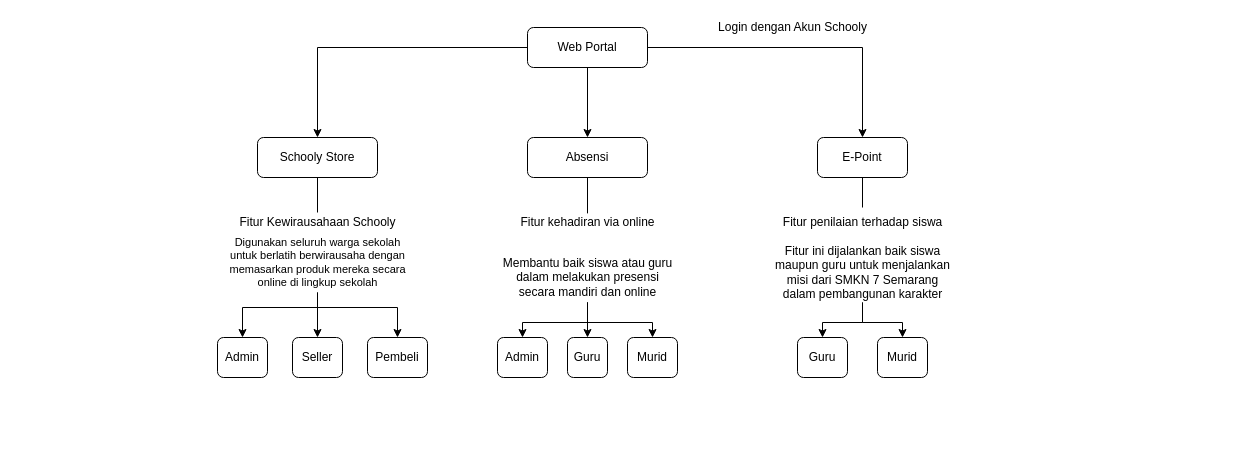
Earlier version of the draw.io diagram Diagram Alur Kerja.drawio (Bilnapis/chartschooly). Source tidied: cells renumbered, new cells numbered last; positions are measured from the earlier drawing's top-left corner, leaving out a move shared by most shapes. Both pictures are drawn from the tidied source at 100%, with x=0, y=0 at pixel (217, 17).
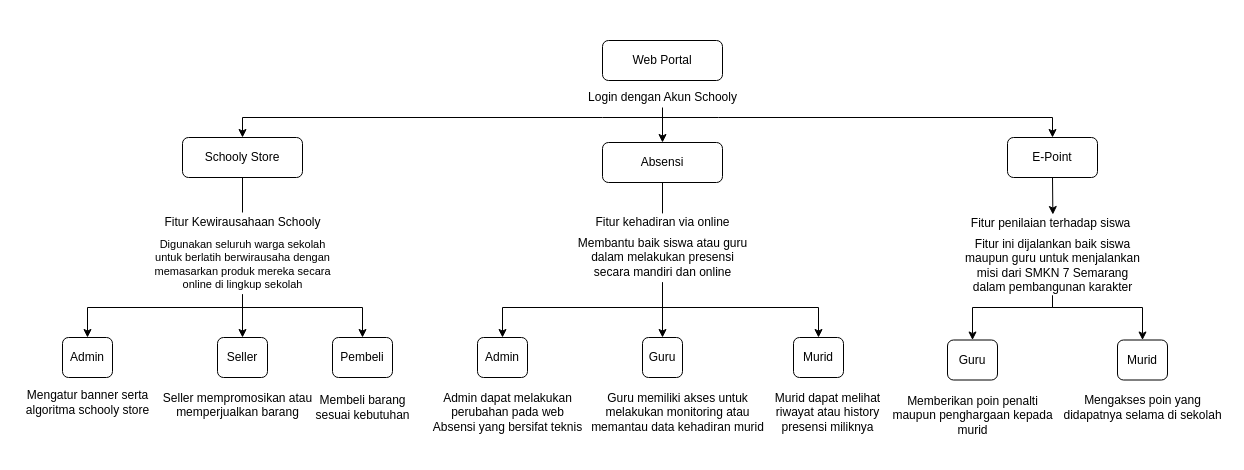
The same diagram, later.

Commit message:
Menambahkan keterangan Diagram Alur Kerja.drawio

Diff of the diagram source:
```diff
@@
-    <mxCell id="2" style="edgeStyle=orthogonalEdgeStyle;rounded=0;jettySize=auto;html=1;exitX=0.5;exitY=1;exitDx=0;exitDy=0;" parent="1" edge="1" source="5" target="8">
-      <mxGeometry relative="1" as="geometry" />
-    </mxCell>
-    <mxCell id="3" style="edgeStyle=orthogonalEdgeStyle;rounded=0;jettySize=auto;html=1;" parent="1" edge="1" source="5" target="7">
-      <mxGeometry relative="1" as="geometry" />
+    <mxCell id="3" style="edgeStyle=orthogonalEdgeStyle;rounded=0;jettySize=auto;html=1;entryX=0.5;entryY=0;entryDx=0;entryDy=0;" parent="1" edge="1" target="7">
+      <mxGeometry relative="1" as="geometry">
+        <mxPoint x="440" y="100" as="sourcePoint" />
+        <Array as="points">
+          <mxPoint x="501" y="100" />
+          <mxPoint x="835" y="100" />
+        </Array>
+      </mxGeometry>
     </mxCell>
-    <mxCell id="4" style="edgeStyle=orthogonalEdgeStyle;rounded=0;jettySize=auto;html=1;exitX=0;exitY=0.5;exitDx=0;exitDy=0;entryX=0.5;entryY=0;entryDx=0;entryDy=0;" parent="1" edge="1" source="5" target="6">
-      <mxGeometry relative="1" as="geometry" />
+    <mxCell id="4" style="edgeStyle=orthogonalEdgeStyle;rounded=0;jettySize=auto;html=1;entryX=0.5;entryY=0;entryDx=0;entryDy=0;" parent="1" edge="1" target="6">
+      <mxGeometry relative="1" as="geometry">
+        <mxPoint x="445" y="100" as="sourcePoint" />
+        <Array as="points">
+          <mxPoint x="385" y="100" />
+          <mxPoint x="25" y="100" />
+        </Array>
+      </mxGeometry>
     </mxCell>
     <mxCell id="5" value="Web Portal" style="rounded=1;whiteSpace=wrap;html=1;fontSize=12;glass=0;strokeWidth=1;shadow=0;" parent="1" vertex="1">
-      <mxGeometry x="310" y="10" width="120" height="40" as="geometry" />
+      <mxGeometry x="385" y="23" width="120" height="40" as="geometry" />
     </mxCell>
     <mxCell id="6" value="Schooly Store" style="rounded=1;whiteSpace=wrap;html=1;fontSize=12;glass=0;strokeWidth=1;shadow=0;" parent="1" vertex="1">
-      <mxGeometry x="40" y="120" width="120" height="40" as="geometry" />
+      <mxGeometry x="-35" y="120" width="120" height="40" as="geometry" />
     </mxCell>
+    <mxCell id="35" style="edgeStyle=orthogonalEdgeStyle;rounded=0;jettySize=auto;html=1;exitX=0.5;exitY=1;exitDx=0;exitDy=0;entryX=0.514;entryY=0.051;entryDx=0;entryDy=0;entryPerimeter=0;" parent="1" edge="1" source="7" target="20">
+      <mxGeometry relative="1" as="geometry" />
+    </mxCell>
     <mxCell id="7" value="E-Point" style="rounded=1;whiteSpace=wrap;html=1;fontSize=12;glass=0;strokeWidth=1;shadow=0;" parent="1" vertex="1">
-      <mxGeometry x="600" y="120" width="90" height="40" as="geometry" />
+      <mxGeometry x="790" y="120" width="90" height="40" as="geometry" />
     </mxCell>
     <mxCell id="8" value="Absensi" style="rounded=1;whiteSpace=wrap;html=1;fontSize=12;glass=0;strokeWidth=1;shadow=0;" parent="1" vertex="1">
-      <mxGeometry x="310" y="120" width="120" height="40" as="geometry" />
+      <mxGeometry x="385" y="125" width="120" height="40" as="geometry" />
     </mxCell>
     <mxCell id="9" value="Seller" style="rounded=1;whiteSpace=wrap;html=1;fontSize=12;glass=0;strokeWidth=1;shadow=0;" parent="1" vertex="1">
-      <mxGeometry x="75" y="320" width="50" height="40" as="geometry" />
+      <mxGeometry y="320" width="50" height="40" as="geometry" />
     </mxCell>
     <mxCell id="10" value="Pembeli" style="rounded=1;whiteSpace=wrap;html=1;fontSize=12;glass=0;strokeWidth=1;shadow=0;" parent="1" vertex="1">
-      <mxGeometry x="150" y="320" width="60" height="40" as="geometry" />
+      <mxGeometry x="115" y="320" width="60" height="40" as="geometry" />
     </mxCell>
     <mxCell id="11" value="Admin" style="rounded=1;whiteSpace=wrap;html=1;fontSize=12;glass=0;strokeWidth=1;shadow=0;" parent="1" vertex="1">
-      <mxGeometry y="320" width="50" height="40" as="geometry" />
+      <mxGeometry x="-155" y="320" width="50" height="40" as="geometry" />
     </mxCell>
     <mxCell id="12" value="Guru" style="rounded=1;whiteSpace=wrap;html=1;fontSize=12;glass=0;strokeWidth=1;shadow=0;" parent="1" vertex="1">
-      <mxGeometry x="350" y="320" width="40" height="40" as="geometry" />
+      <mxGeometry x="425" y="320" width="40" height="40" as="geometry" />
     </mxCell>
     <mxCell id="13" value="Admin" style="rounded=1;whiteSpace=wrap;html=1;fontSize=12;glass=0;strokeWidth=1;shadow=0;" parent="1" vertex="1">
-      <mxGeometry x="280" y="320" width="50" height="40" as="geometry" />
+      <mxGeometry x="260" y="320" width="50" height="40" as="geometry" />
     </mxCell>
     <mxCell id="14" value="Murid" style="rounded=1;whiteSpace=wrap;html=1;fontSize=12;glass=0;strokeWidth=1;shadow=0;" parent="1" vertex="1">
-      <mxGeometry x="410" y="320" width="50" height="40" as="geometry" />
+      <mxGeometry x="576" y="320" width="50" height="40" as="geometry" />
     </mxCell>
     <mxCell id="15" value="Guru" style="rounded=1;whiteSpace=wrap;html=1;fontSize=12;glass=0;strokeWidth=1;shadow=0;" parent="1" vertex="1">
-      <mxGeometry x="580" y="320" width="50" height="40" as="geometry" />
+      <mxGeometry x="730" y="322.5" width="50" height="40" as="geometry" />
     </mxCell>
     <mxCell id="16" value="Murid" style="rounded=1;whiteSpace=wrap;html=1;fontSize=12;glass=0;strokeWidth=1;shadow=0;" parent="1" vertex="1">
-      <mxGeometry x="660" y="320" width="50" height="40" as="geometry" />
+      <mxGeometry x="900" y="322.5" width="50" height="40" as="geometry" />
     </mxCell>
+    <mxCell id="36" style="edgeStyle=orthogonalEdgeStyle;rounded=0;jettySize=auto;html=1;entryX=0.5;entryY=0;entryDx=0;entryDy=0;" parent="1" edge="1" source="17" target="8">
+      <mxGeometry relative="1" as="geometry" />
+    </mxCell>
     <mxCell id="17" value="Login dengan Akun Schooly " style="text;html=1;align=center;verticalAlign=middle;points=[];strokeColor=none;" parent="1" vertex="1">
-      <mxGeometry x="495" width="160" height="20" as="geometry" />
+      <mxGeometry x="365" y="70" width="160" height="20" as="geometry" />
     </mxCell>
     <mxCell id="18" value="Fitur Kewirausahaan Schooly" style="text;html=1;align=center;verticalAlign=middle;points=[];strokeColor=none;" parent="1" vertex="1">
-      <mxGeometry x="15" y="195" width="170" height="20" as="geometry" />
+      <mxGeometry x="-60" y="195" width="170" height="20" as="geometry" />
     </mxCell>
     <mxCell id="19" value="Fitur kehadiran via online" style="text;html=1;align=center;verticalAlign=middle;points=[];strokeColor=none;" parent="1" vertex="1">
-      <mxGeometry x="300" y="195" width="140" height="20" as="geometry" />
+      <mxGeometry x="375" y="195" width="140" height="20" as="geometry" />
     </mxCell>
     <mxCell id="20" value="Fitur penilaian terhadap siswa" style="text;html=1;align=center;verticalAlign=middle;points=[];strokeColor=none;" parent="1" vertex="1">
-      <mxGeometry x="560" y="195" width="170" height="20" as="geometry" />
+      <mxGeometry x="748" y="196" width="170" height="20" as="geometry" />
     </mxCell>
     <mxCell id="21" style="edgeStyle=orthogonalEdgeStyle;rounded=0;jettySize=auto;html=1;entryX=0.5;entryY=0;entryDx=0;entryDy=0;" parent="1" edge="1" source="23" target="15">
-      <mxGeometry relative="1" as="geometry" />
+      <mxGeometry relative="1" as="geometry">
+        <Array as="points">
+          <mxPoint x="835" y="290" />
+          <mxPoint x="755" y="290" />
+        </Array>
+      </mxGeometry>
     </mxCell>
     <mxCell id="22" style="edgeStyle=orthogonalEdgeStyle;rounded=0;jettySize=auto;html=1;entryX=0.5;entryY=0;entryDx=0;entryDy=0;" parent="1" edge="1" source="23" target="16">
-      <mxGeometry relative="1" as="geometry" />
+      <mxGeometry relative="1" as="geometry">
+        <Array as="points">
+          <mxPoint x="835" y="290" />
+          <mxPoint x="925" y="290" />
+        </Array>
+      </mxGeometry>
     </mxCell>
     <mxCell id="23" value="&lt;div&gt;Fitur ini dijalankan baik siswa&lt;/div&gt;&lt;div&gt;maupun guru&amp;nbsp;&lt;span&gt;untuk menjalankan&lt;/span&gt;&lt;/div&gt;&lt;div&gt;&lt;span&gt;misi dari&amp;nbsp;&lt;/span&gt;&lt;span&gt;SMKN 7 Semarang&lt;/span&gt;&lt;/div&gt;&lt;div&gt;dalam pembangunan karakter&lt;br&gt;&lt;/div&gt;" style="text;html=1;align=center;verticalAlign=middle;points=[];strokeColor=none;" parent="1" vertex="1">
-      <mxGeometry x="550" y="225" width="190" height="60" as="geometry" />
+      <mxGeometry x="740" y="218" width="190" height="60" as="geometry" />
     </mxCell>
+    <mxCell id="26" style="edgeStyle=orthogonalEdgeStyle;rounded=0;jettySize=auto;html=1;entryX=0.5;entryY=0;entryDx=0;entryDy=0;" parent="1" edge="1" source="27" target="14">
+      <mxGeometry relative="1" as="geometry">
+        <Array as="points">
+          <mxPoint x="445" y="290" />
+          <mxPoint x="601" y="290" />
+        </Array>
+      </mxGeometry>
+    </mxCell>
+    <mxCell id="25" style="edgeStyle=orthogonalEdgeStyle;rounded=0;jettySize=auto;html=1;entryX=0.5;entryY=0;entryDx=0;entryDy=0;" parent="1" edge="1" source="27" target="12">
+      <mxGeometry relative="1" as="geometry" />
+    </mxCell>
     <mxCell id="24" style="edgeStyle=orthogonalEdgeStyle;rounded=0;jettySize=auto;html=1;entryX=0.5;entryY=0;entryDx=0;entryDy=0;" parent="1" edge="1" source="27" target="13">
-      <mxGeometry relative="1" as="geometry" />
+      <mxGeometry relative="1" as="geometry">
+        <Array as="points">
+          <mxPoint x="445" y="290" />
+          <mxPoint x="285" y="290" />
+        </Array>
+      </mxGeometry>
     </mxCell>
-    <mxCell id="25" style="edgeStyle=orthogonalEdgeStyle;rounded=0;jettySize=auto;html=1;entryX=0.5;entryY=0;entryDx=0;entryDy=0;" parent="1" edge="1" source="27" target="12">
-      <mxGeometry relative="1" as="geometry" />
-    </mxCell>
-    <mxCell id="26" style="edgeStyle=orthogonalEdgeStyle;rounded=0;jettySize=auto;html=1;entryX=0.5;entryY=0;entryDx=0;entryDy=0;" parent="1" edge="1" source="27" target="14">
-      <mxGeometry relative="1" as="geometry" />
-    </mxCell>
     <mxCell id="27" value="&lt;div&gt;Membantu baik siswa atau guru&lt;/div&gt;&lt;div&gt;dalam melakukan presensi&lt;/div&gt;&lt;div&gt;secara mandiri dan online&lt;br&gt;&lt;/div&gt;" style="text;html=1;align=center;verticalAlign=middle;points=[];strokeColor=none;" parent="1" vertex="1">
-      <mxGeometry x="280" y="235" width="180" height="50" as="geometry" />
+      <mxGeometry x="355" y="215" width="180" height="50" as="geometry" />
     </mxCell>
     <mxCell id="28" style="edgeStyle=orthogonalEdgeStyle;rounded=0;jettySize=auto;html=1;entryX=0.5;entryY=0;entryDx=0;entryDy=0;" parent="1" edge="1" source="30" target="11">
       <mxGeometry relative="1" as="geometry">
         <Array as="points">
-          <mxPoint x="100" y="290" />
           <mxPoint x="25" y="290" />
+          <mxPoint x="-130" y="290" />
         </Array>
       </mxGeometry>
     </mxCell>
+    <mxCell id="37" style="edgeStyle=orthogonalEdgeStyle;rounded=0;jettySize=auto;html=1;entryX=0.5;entryY=0;entryDx=0;entryDy=0;" parent="1" edge="1" source="30" target="9">
+      <mxGeometry relative="1" as="geometry" />
+    </mxCell>
-    <mxCell id="29" style="edgeStyle=orthogonalEdgeStyle;rounded=0;jettySize=auto;html=1;entryX=0.5;entryY=0;entryDx=0;entryDy=0;" parent="1" edge="1" source="30" target="10">
+    <mxCell id="29" style="edgeStyle=orthogonalEdgeStyle;rounded=0;jettySize=auto;html=1;" parent="1" edge="1" source="30" target="10">
       <mxGeometry relative="1" as="geometry">
         <Array as="points">
-          <mxPoint x="100" y="290" />
-          <mxPoint x="180" y="290" />
+          <mxPoint x="25" y="290" />
+          <mxPoint x="145" y="290" />
         </Array>
       </mxGeometry>
     </mxCell>
     <mxCell id="30" value="&lt;div style=&quot;font-size: 11px&quot;&gt;&lt;font style=&quot;font-size: 11px&quot;&gt;Digunakan seluruh warga sekolah &lt;br&gt;&lt;/font&gt;&lt;/div&gt;&lt;div style=&quot;font-size: 11px&quot;&gt;&lt;font style=&quot;font-size: 11px&quot;&gt;untuk berlatih berwirausaha dengan &lt;br&gt;&lt;/font&gt;&lt;/div&gt;&lt;div style=&quot;font-size: 11px&quot;&gt;&lt;font style=&quot;font-size: 11px&quot;&gt;memasarkan produk mereka secara &lt;br&gt;&lt;/font&gt;&lt;/div&gt;&lt;div style=&quot;font-size: 11px&quot;&gt;&lt;font style=&quot;font-size: 11px&quot;&gt;online di lingkup sekolah&lt;br&gt;&lt;/font&gt;&lt;/div&gt;" style="text;html=1;align=center;verticalAlign=middle;points=[];strokeColor=none;" parent="1" vertex="1">
-      <mxGeometry y="215" width="200" height="60" as="geometry" />
+      <mxGeometry x="-75" y="217" width="200" height="60" as="geometry" />
     </mxCell>
@@
-    <mxCell id="33" style="endArrow=none;html=1;entryX=0.5;entryY=1;entryDx=0;entryDy=0;" parent="1" edge="1" target="7">
-      <mxGeometry relative="1" as="geometry">
-        <mxPoint x="645" y="190" as="sourcePoint" />
-      </mxGeometry>
-    </mxCell>
-    <mxCell id="34" style="endArrow=classic;html=1;entryX=0.5;entryY=0;entryDx=0;entryDy=0;" parent="1" edge="1" target="9">
-      <mxGeometry relative="1" as="geometry">
-        <mxPoint x="100" y="290" as="sourcePoint" />
-      </mxGeometry>
-    </mxCell>
+    <mxCell id="38" value="&lt;div&gt;&lt;font style=&quot;font-size: 12px&quot;&gt;Admin dapat melakukan&lt;/font&gt;&lt;/div&gt;&lt;div&gt;&lt;font style=&quot;font-size: 12px&quot;&gt;perubahan pada web &lt;br&gt;&lt;/font&gt;&lt;/div&gt;&lt;div&gt;&lt;font style=&quot;font-size: 12px&quot;&gt;Absensi yang bersifat teknis&lt;br&gt;&lt;/font&gt;&lt;/div&gt;" style="text;html=1;align=center;verticalAlign=middle;strokeColor=none;" parent="1" vertex="1">
+      <mxGeometry x="210" y="370" width="160" height="50" as="geometry" />
+    </mxCell>
+    <mxCell id="39" value="&lt;div&gt;Guru memiliki akses untuk &lt;br&gt;&lt;/div&gt;&lt;div&gt;melakukan monitoring atau&lt;/div&gt;&lt;div&gt;memantau data kehadiran murid&lt;br&gt;&lt;/div&gt;" style="text;html=1;align=center;verticalAlign=middle;strokeColor=none;" parent="1" vertex="1">
+      <mxGeometry x="370" y="370" width="180" height="50" as="geometry" />
+    </mxCell>
+    <mxCell id="40" value="&lt;div&gt;Murid dapat melihat &lt;br&gt;&lt;/div&gt;&lt;div&gt;riwayat atau history&lt;/div&gt;&lt;div&gt;presensi miliknya&lt;br&gt;&lt;/div&gt;" style="text;html=1;align=center;verticalAlign=middle;strokeColor=none;" parent="1" vertex="1">
+      <mxGeometry x="550" y="370" width="120" height="50" as="geometry" />
+    </mxCell>
+    <mxCell id="41" value="&lt;div&gt;Memberikan poin penalti&lt;/div&gt;&lt;div&gt;maupun penghargaan kepada&lt;/div&gt;&lt;div&gt;murid&lt;/div&gt;&lt;div&gt;&lt;br&gt;&lt;/div&gt;" style="text;html=1;align=center;verticalAlign=middle;strokeColor=none;" parent="1" vertex="1">
+      <mxGeometry x="670" y="375" width="170" height="60" as="geometry" />
+    </mxCell>
+    <mxCell id="42" value="&lt;div&gt;Mengakses poin yang &lt;br&gt;&lt;/div&gt;&lt;div&gt;didapatnya selama di sekolah&lt;/div&gt;" style="text;html=1;align=center;verticalAlign=middle;strokeColor=none;" parent="1" vertex="1">
+      <mxGeometry x="840" y="375" width="170" height="30" as="geometry" />
+    </mxCell>
+    <mxCell id="43" value="&lt;div&gt;Mengatur banner serta &lt;br&gt;&lt;/div&gt;&lt;div&gt;algoritma schooly store&lt;br&gt;&lt;/div&gt;" style="text;html=1;align=center;verticalAlign=middle;strokeColor=none;" parent="1" vertex="1">
+      <mxGeometry x="-200" y="370" width="140" height="30" as="geometry" />
+    </mxCell>
+    <mxCell id="44" value="&lt;div&gt;Seller mempromosikan atau &lt;br&gt;&lt;/div&gt;&lt;div&gt;memperjualkan barang&lt;/div&gt;&lt;div&gt;&lt;br&gt;&lt;/div&gt;" style="text;html=1;align=center;verticalAlign=middle;strokeColor=none;" parent="1" vertex="1">
+      <mxGeometry x="-60" y="370" width="160" height="50" as="geometry" />
+    </mxCell>
+    <mxCell id="45" value="&lt;div&gt;Membeli barang &lt;br&gt;&lt;/div&gt;&lt;div&gt;sesuai kebutuhan &lt;br&gt;&lt;/div&gt;" style="text;html=1;align=center;verticalAlign=middle;strokeColor=none;" parent="1" vertex="1">
+      <mxGeometry x="90" y="375" width="110" height="30" as="geometry" />
+    </mxCell>
```
